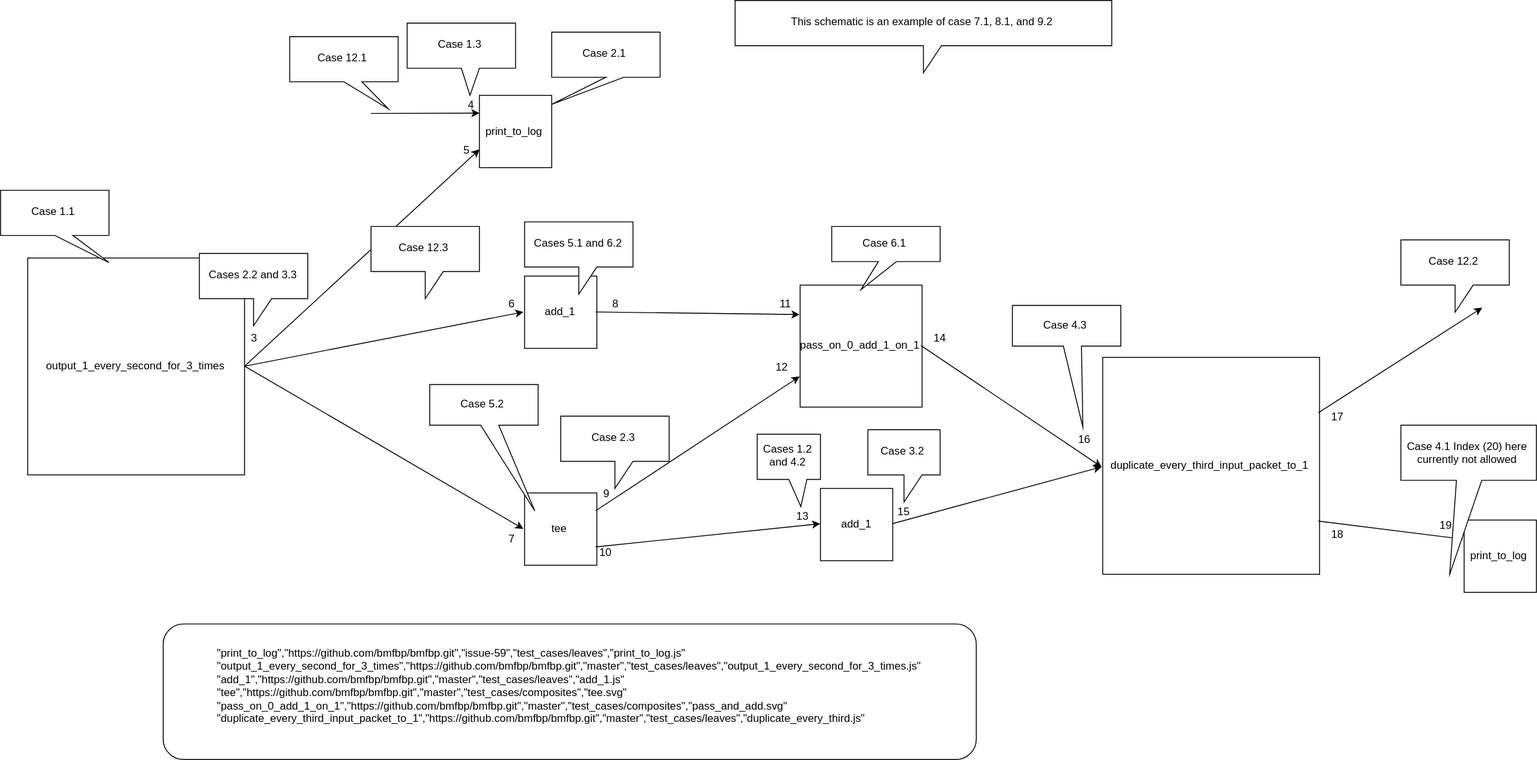
Above: svg/js-compiler/test_diagrams/top_level.svg in bmfbp/bmfbp (draw.io), before the change. Source tidied: cells renumbered, new cells last; positions are measured from the earlier drawing's top-left corner, leaving out a move shared by most shapes.
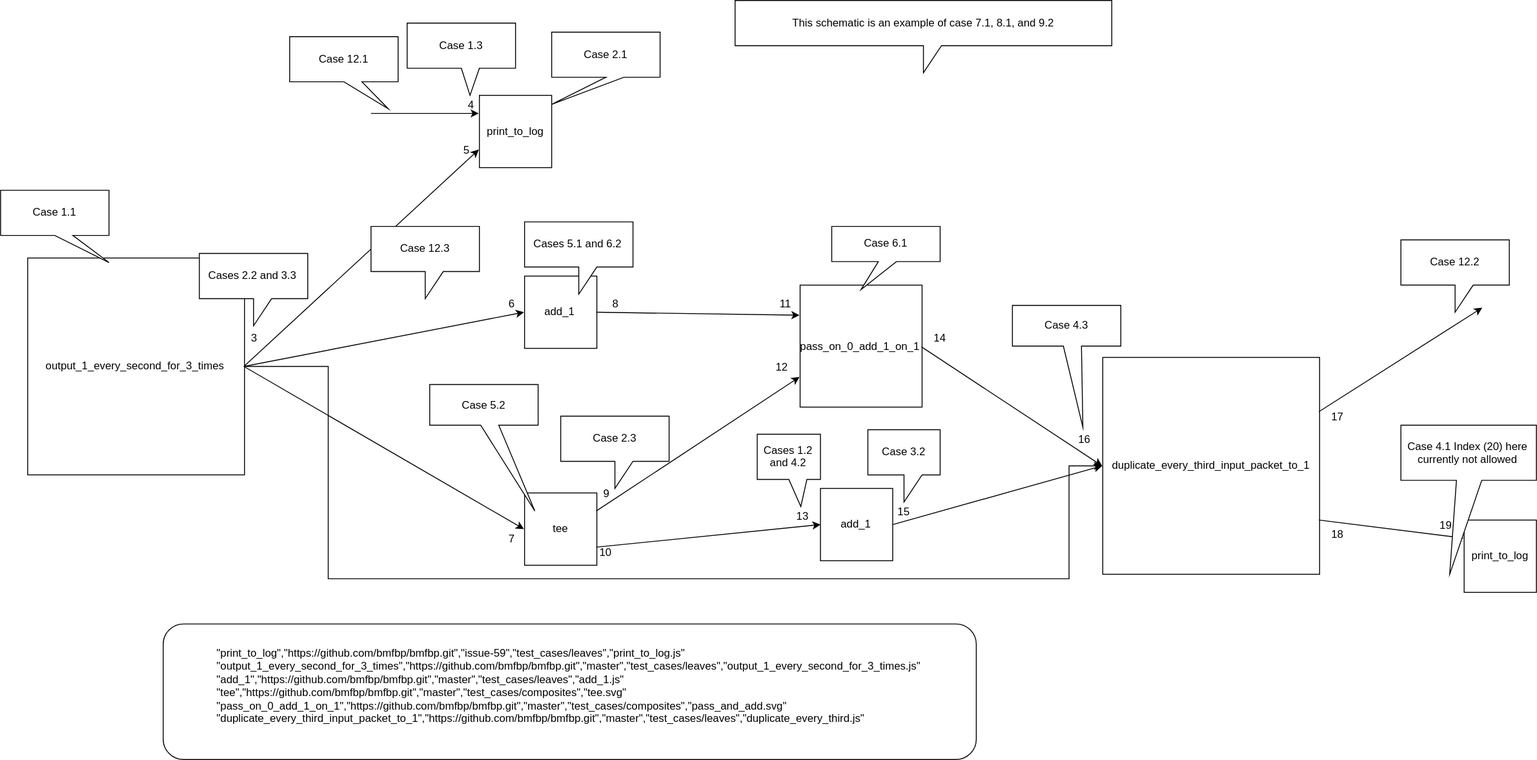
After the commit.

Commit message:
added extra wire to top_level ; should result in 4 coincident sources and 3 coincident sinks (does not work yet)

Change to the diagram source:
```diff
@@ -2,6 +2,16 @@
   <root>
     <mxCell id="0" />
     <mxCell id="1" parent="0" />
+    <mxCell id="55" style="edgeStyle=orthogonalEdgeStyle;rounded=0;jettySize=auto;html=1;exitX=1;exitY=0.5;exitDx=0;exitDy=0;entryX=0;entryY=0.5;entryDx=0;entryDy=0;" parent="1" edge="1" source="2" target="8">
+      <mxGeometry relative="1" as="geometry">
+        <Array as="points">
+          <mxPoint x="363" y="405" />
+          <mxPoint x="363" y="640" />
+          <mxPoint x="1183" y="640" />
+          <mxPoint x="1183" y="515" />
+        </Array>
+      </mxGeometry>
+    </mxCell>
     <mxCell id="2" value="output_1_every_second_for_3_times&lt;br&gt;" style="whiteSpace=wrap;html=1;" parent="1" vertex="1">
       <mxGeometry x="30" y="285" width="240" height="240" as="geometry" />
     </mxCell>
```
